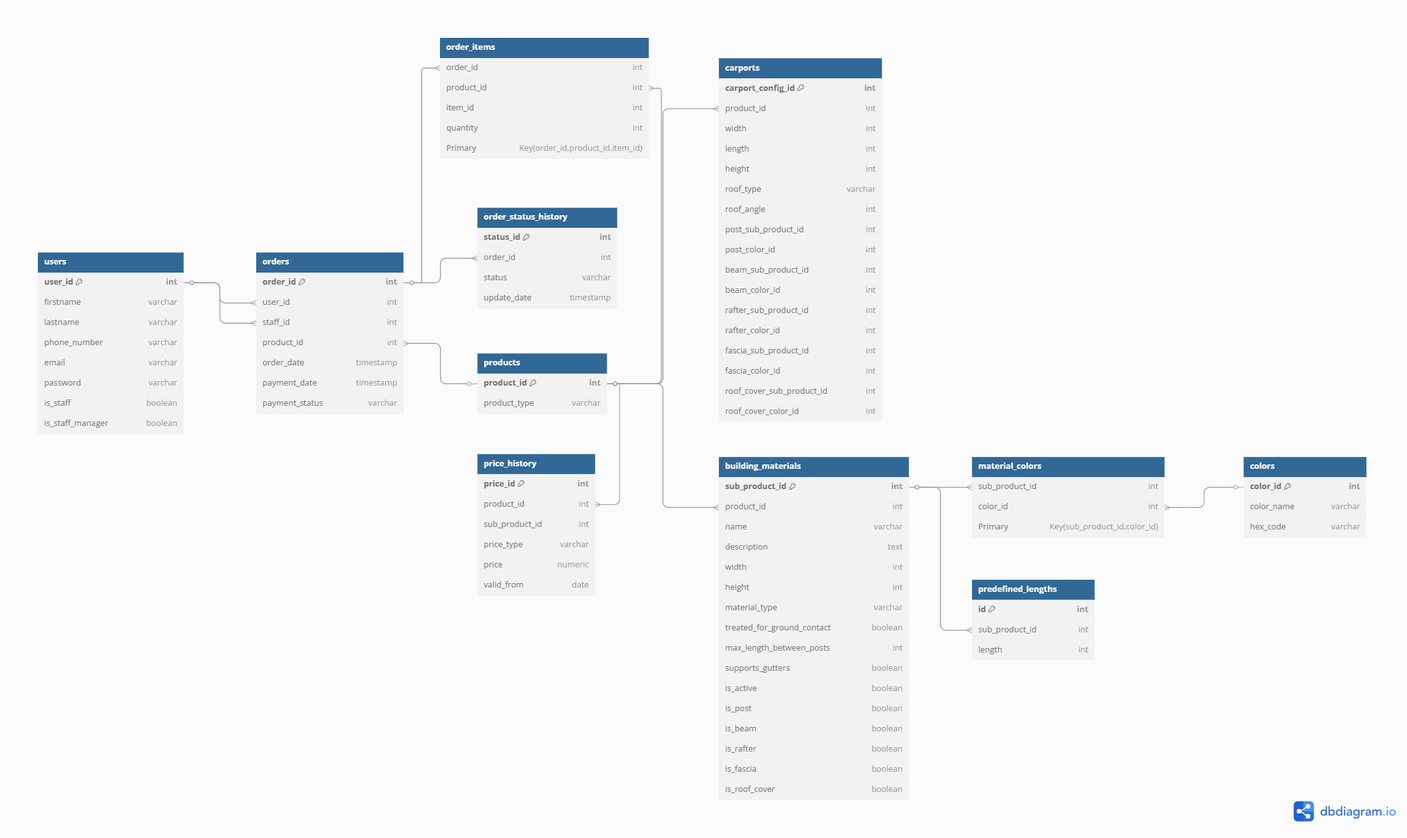
Before: docs/diagrams/ERD Carport.png, a diagram exported from PlantUML (Styrse/Carport). Its source is kept beside it as docs/diagrams/ERD Carport.puml.
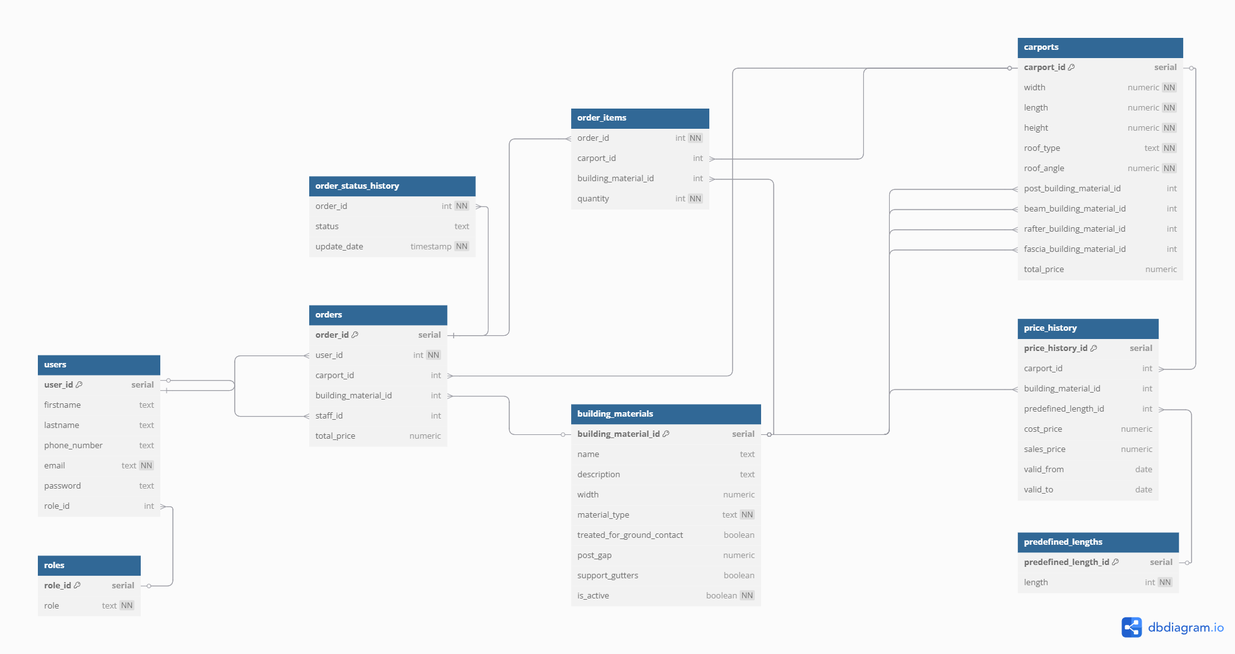
After the change.

Change to the diagram source:
```diff
@@ -1,131 +1,108 @@
 @startuml
 
-entity Users {
-  * user_id : int <<PK>>
+entity users {
+  *user_id : serial (PK)
   --
-  firstname : varchar
-  lastname : varchar
-  phone_number : varchar
-  email : varchar
-  password : varchar
-  is_staff : boolean
-  is_staff_manager : boolean
+  firstname
+  lastname
+  phone_number
+  email : unique, not null
+  password
+  role_id : FK
 }
 
-entity Orders {
-  * order_id : int <<PK>>
+entity roles {
+  *role_id : serial (PK)
   --
-  user_id : int <<FK>>
-  staff_id : int <<FK>>
-  product_id : int <<FK>>
-  order_date : timestamp
-  payment_date : timestamp
-  payment_status : varchar
+  role : unique, not null
 }
 
-entity OrderItems {
-  * order_id : int <<FK>>
-  * product_id : int <<FK>>
-  * item_id : int
+entity orders {
+  *order_id : serial (PK)
   --
-  quantity : int
+  user_id : FK, not null
+  carport_id : FK
+  building_material_id : FK
+  staff_id : FK
+  total_price : numeric
 }
 
-entity OrderStatusHistory {
-  * status_id : int <<PK>>
+entity order_status_history {
+  *order_id : FK
+  *update_date : timestamp
   --
-  order_id : int <<FK>>
-  status : varchar
-  update_date : timestamp
+  status : text
 }
 
-entity Products {
-  * product_id : int <<PK>>
+entity order_items {
+  *order_id : FK
   --
-  product_type : varchar
+  carport_id : FK
+  building_material_id : FK
+  quantity : int, not null
 }
 
-entity Carports {
-  * carport_config_id : int <<PK>>
+entity carports {
+  *carport_id : serial (PK)
   --
-  product_id : int <<FK>>
-  width : int
-  length : int
-  height : int
-  roof_type : varchar
-  roof_angle : int
-  post_sub_product_id : int
-  post_color_id : int
-  beam_sub_product_id : int
-  beam_color_id : int
-  rafter_sub_product_id : int
-  rafter_color_id : int
-  fascia_sub_product_id : int
-  fascia_color_id : int
-  roof_cover_sub_product_id : int
-  roof_cover_color_id : int
+  width : numeric, not null
+  length : numeric, not null
+  height : numeric, not null
+  roof_type : text, not null
+  roof_angle : numeric, not null
+  post_building_material_id : FK
+  beam_building_material_id : FK
+  rafter_building_material_id : FK
+  fascia_building_material_id : FK
+  total_price : numeric
 }
 
-entity BuildingMaterials {
-  * sub_product_id : int <<PK>>
+entity building_materials {
+  *building_material_id : serial (PK)
   --
-  product_id : int <<FK>>
-  name : varchar
-  description : text
-  width : int
-  height : int
-  material_type : varchar
+  name
+  description
+  width
+  material_type : text, not null
   treated_for_ground_contact : boolean
-  max_length_between_posts : int
-  supports_gutters : boolean
-  is_active : boolean
-  is_post : boolean
-  is_beam : boolean
-  is_rafter : boolean
-  is_fascia : boolean
-  is_roof_cover : boolean
+  post_gap
+  support_gutters : boolean
+  is_active : boolean, not null
 }
 
-entity Colors {
-  * color_id : int <<PK>>
+entity predefined_lengths {
+  *predefined_length_id : serial (PK)
   --
-  color_name : varchar
-  hex_code : varchar
+  length : int, not null
 }
 
-entity MaterialColors {
-  * sub_product_id : int <<FK>>
-  * color_id : int <<FK>>
+entity price_history {
+  *price_history_id : serial (PK)
+  --
+  carport_id : FK
+  building_material_id : FK
+  predefined_length_id : FK
+  cost_price : numeric
+  sales_price : numeric
+  valid_from : date
+  valid_to : date
 }
 
-entity PredefinedLengths {
-  * id : int <<PK>>
-  --
-  sub_product_id : int <<FK>>
-  length : int
-}
-
-entity PriceHistory {
-  * price_id : int <<PK>>
-  --
-  product_id : int <<FK>>
-  sub_product_id : int
-  price_type : varchar
-  price : numeric
-  valid_from : date
-}
-
-Users ||--o{ Orders : places >
-Users ||--o{ Orders : assigned >
-Orders ||--o{ OrderStatusHistory : tracks >
-Orders ||--o{ OrderItems : contains >
-Products ||--o{ OrderItems : typed >
-Products ||--o{ Carports : typed >
-Products ||--o{ BuildingMaterials : typed >
-BuildingMaterials ||--o{ PredefinedLengths : has >
-BuildingMaterials ||--o{ MaterialColors : has >
-MaterialColors ||--|| Colors : uses >
-PriceHistory ||--|| Products
-PriceHistory ||--|| BuildingMaterials
+users ||--o{ orders
+users ||--o{ order_status_history : handles
+users ||--o{ order_items
+users ||--o{ roles : has
+orders ||--o{ order_status_history
+orders ||--o{ order_items
+orders ||--|| users : placed_by
+orders ||--|| users : handled_by
+orders ||--o| carports
+orders ||--o| building_materials
+order_items ||--o| carports
+order_items ||--o| building_materials
+carports ||--o| building_materials : uses
+price_history ||--o| building_materials
+price_history ||--o| carports
+price_history ||--o| predefined_lengths
 
 @enduml
```
